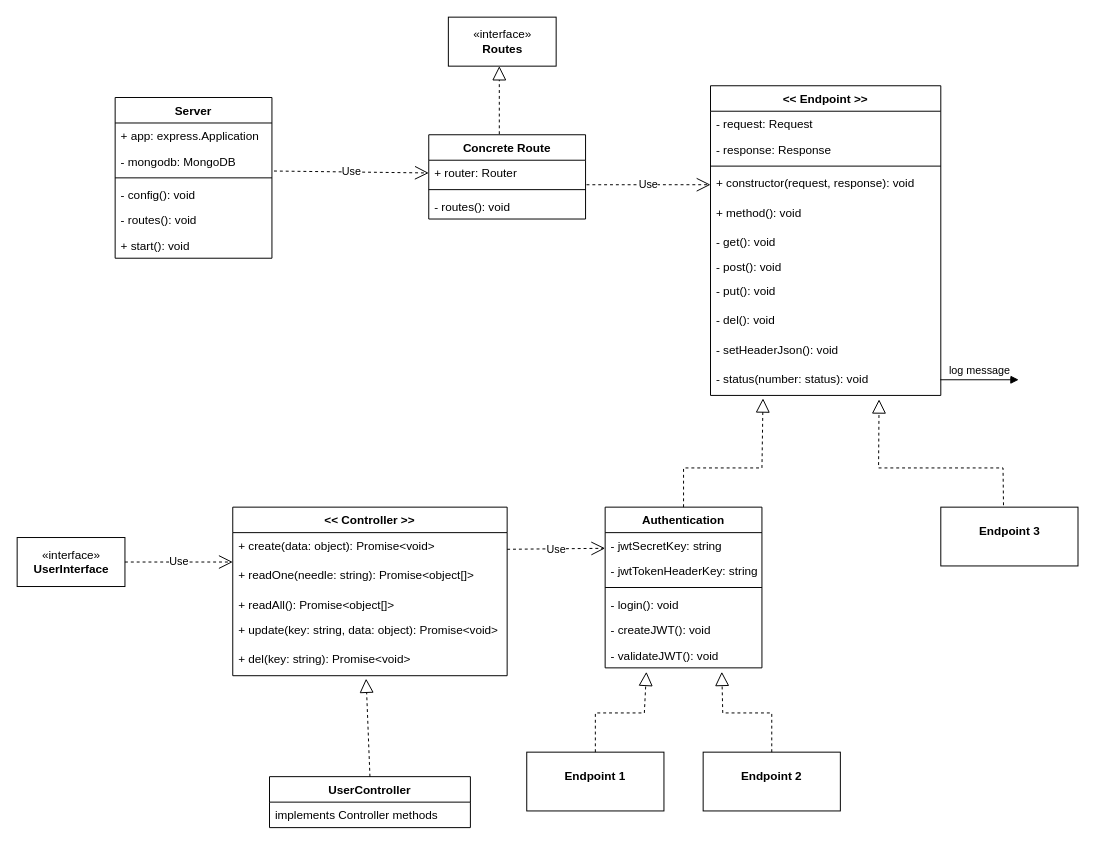
The draw.io diagram docs/endpoints.drawio in syr0s/tubester-restful-api, before the edit. Source tidied: cells renumbered, new cells numbered last; positions are measured from the earlier drawing's top-left corner, leaving out a move shared by most shapes. Both pictures are drawn from the tidied source at 98%, with x=0, y=0 at pixel (17, 17).
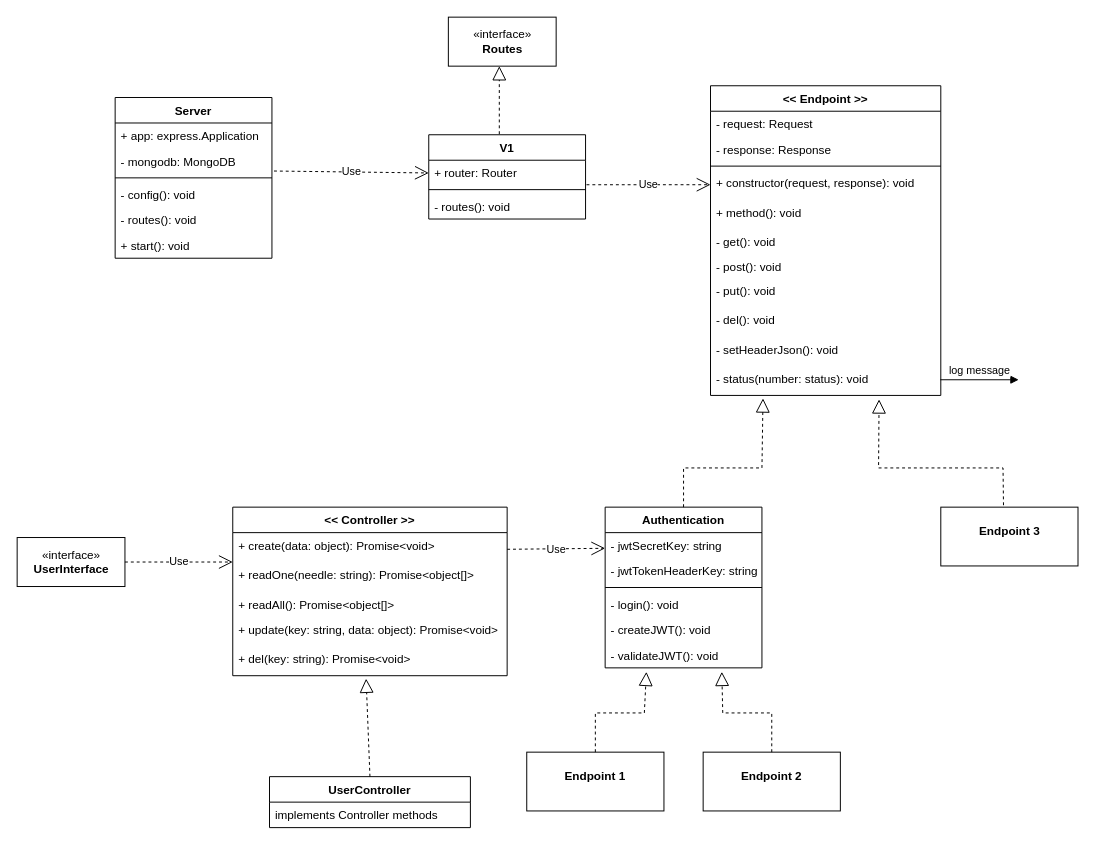
Above is the later version.

Diff of the diagram source:
```diff
@@
-    <mxCell id="41" value="Concrete Route" style="swimlane;fontStyle=1;align=center;verticalAlign=top;horizontal=1;startSize=26;" parent="1" vertex="1">
+    <mxCell id="41" value="V1" style="swimlane;fontStyle=1;align=center;verticalAlign=top;horizontal=1;startSize=26;" parent="1" vertex="1">
       <mxGeometry x="420" y="120" width="160" height="86" as="geometry" />
     </mxCell>
```
